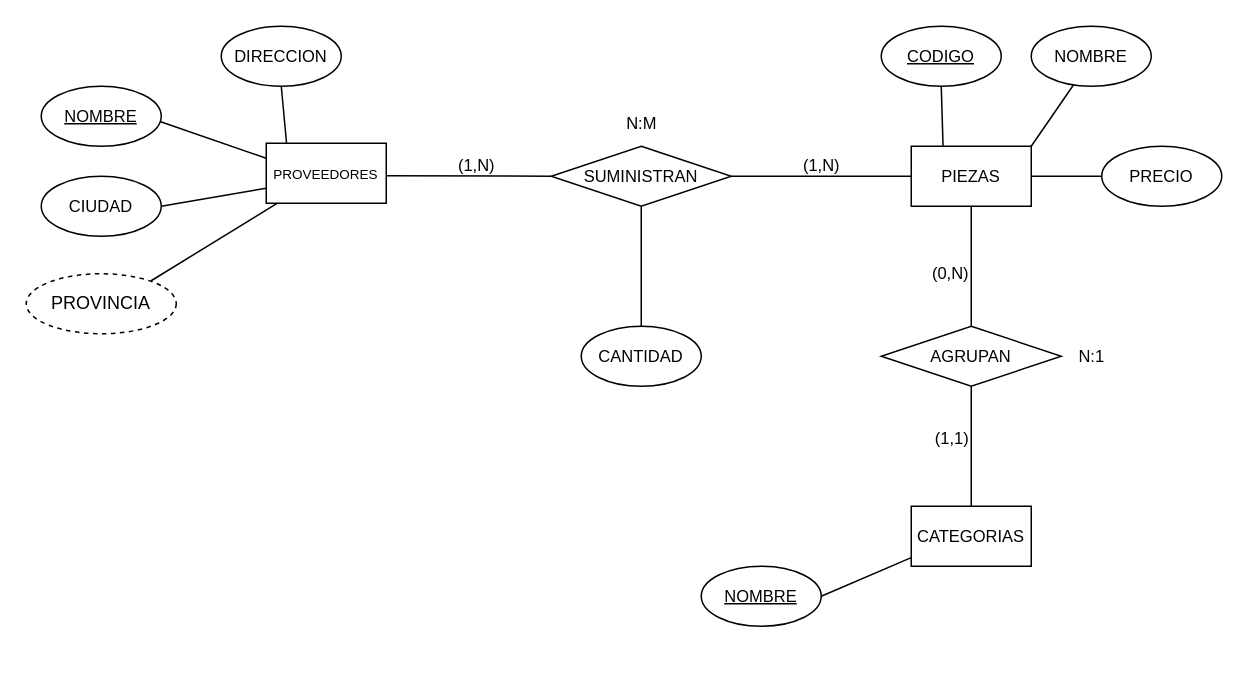
Earlier version of the draw.io diagram page "proveedores-y-piezas" (1 of 9) of bases-datos/diagrams.drawio (igardiet/dam). Source tidied: cells renumbered, new cells numbered last; positions are measured from the earlier drawing's top-left corner, leaving out a move shared by most shapes. Both pictures are drawn from the tidied source at 150%, with x=0, y=0 at pixel (26, 26).
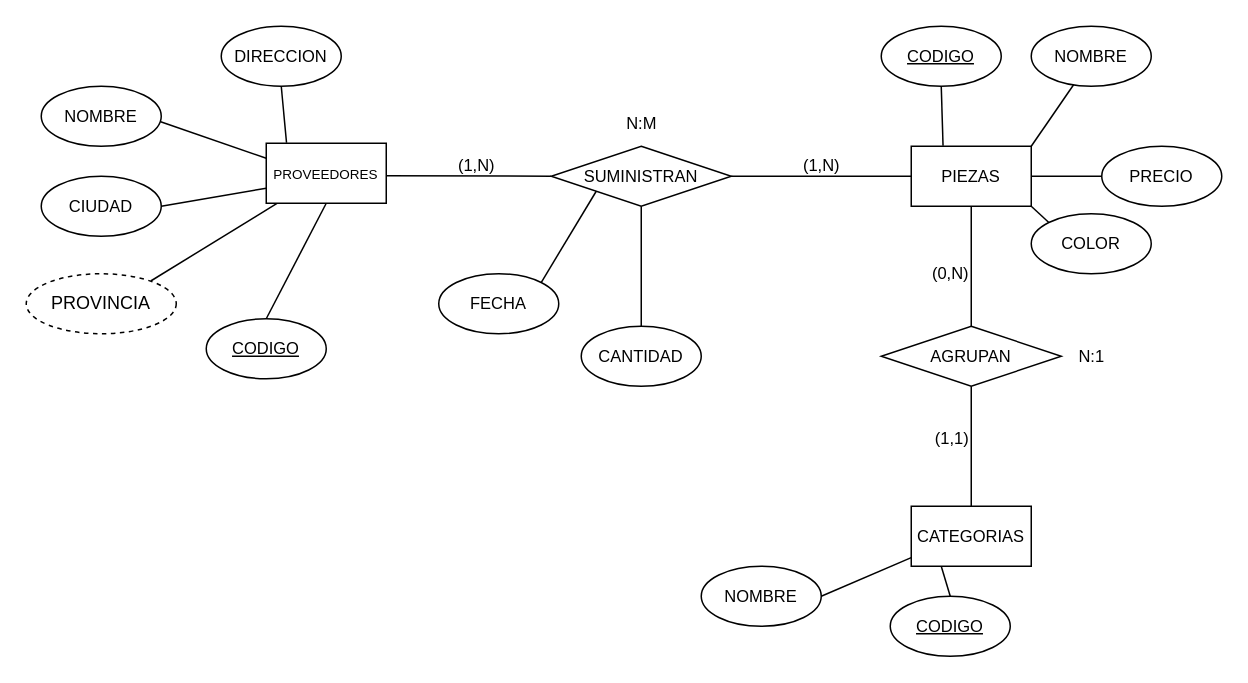
The same page after the edit.

Unchanged cells that the change refers to:
```xml
<mxCell id="5" value="SUMINISTRAN" style="rhombus;whiteSpace=wrap;html=1;fontFamily=Helvetica;fontSize=11;fontColor=default;" parent="1" vertex="1">
  <mxGeometry x="350" y="80" width="120" height="40" as="geometry" />
</mxCell>
<mxCell id="31" value="&lt;font style=&quot;font-size: 9px;&quot;&gt;PROVEEDORES&lt;/font&gt;" style="whiteSpace=wrap;html=1;align=center;fontFamily=Helvetica;fontSize=11;fontColor=default;" parent="1" vertex="1">
  <mxGeometry x="160" y="78" width="80" height="40" as="geometry" />
</mxCell>
<mxCell id="32" value="PIEZAS" style="whiteSpace=wrap;html=1;align=center;fontFamily=Helvetica;fontSize=11;fontColor=default;" parent="1" vertex="1">
  <mxGeometry x="590" y="80" width="80" height="40" as="geometry" />
</mxCell>
<mxCell id="33" value="CATEGORIAS" style="whiteSpace=wrap;html=1;align=center;fontFamily=Helvetica;fontSize=11;fontColor=default;" parent="1" vertex="1">
  <mxGeometry x="590" y="320" width="80" height="40" as="geometry" />
</mxCell>
```

Diff of the diagram source:
```diff
@@
-    <mxCell id="12" value="&lt;u&gt;NOMBRE&lt;/u&gt;" style="ellipse;whiteSpace=wrap;html=1;fontFamily=Helvetica;fontSize=11;fontColor=default;" parent="1" vertex="1">
+    <mxCell id="12" value="NOMBRE" style="ellipse;whiteSpace=wrap;html=1;fontFamily=Helvetica;fontSize=11;fontColor=default;" parent="1" vertex="1">
       <mxGeometry x="10" y="40" width="80" height="40" as="geometry" />
     </mxCell>
@@
-    <mxCell id="18" value="&lt;u&gt;NOMBRE&lt;/u&gt;" style="ellipse;whiteSpace=wrap;html=1;fontFamily=Helvetica;fontSize=11;fontColor=default;" parent="1" vertex="1">
+    <mxCell id="18" value="NOMBRE" style="ellipse;whiteSpace=wrap;html=1;fontFamily=Helvetica;fontSize=11;fontColor=default;" parent="1" vertex="1">
       <mxGeometry x="450" y="360" width="80" height="40" as="geometry" />
     </mxCell>
@@
+    <mxCell id="35" style="rounded=0;jettySize=auto;html=1;exitX=1;exitY=0;exitDx=0;exitDy=0;entryX=0;entryY=1;entryDx=0;entryDy=0;endArrow=none;endFill=0;" parent="1" edge="1" source="36" target="5">
+      <mxGeometry relative="1" as="geometry" />
+    </mxCell>
+    <mxCell id="36" value="FECHA" style="ellipse;whiteSpace=wrap;html=1;fontFamily=Helvetica;fontSize=11;fontColor=default;" parent="1" vertex="1">
+      <mxGeometry x="275" y="165" width="80" height="40" as="geometry" />
+    </mxCell>
+    <mxCell id="37" style="rounded=0;jettySize=auto;html=1;exitX=0.5;exitY=0;exitDx=0;exitDy=0;entryX=0.5;entryY=1;entryDx=0;entryDy=0;endArrow=none;endFill=0;" parent="1" edge="1" source="38" target="31">
+      <mxGeometry relative="1" as="geometry" />
+    </mxCell>
+    <mxCell id="38" value="&lt;u&gt;CODIGO&lt;/u&gt;" style="ellipse;whiteSpace=wrap;html=1;fontFamily=Helvetica;fontSize=11;fontColor=default;" parent="1" vertex="1">
+      <mxGeometry x="120" y="195" width="80" height="40" as="geometry" />
+    </mxCell>
+    <mxCell id="39" style="edgeStyle=none;shape=connector;rounded=0;jettySize=auto;html=1;exitX=0;exitY=0;exitDx=0;exitDy=0;entryX=1;entryY=1;entryDx=0;entryDy=0;labelBackgroundColor=default;strokeColor=default;align=center;verticalAlign=middle;fontFamily=Helvetica;fontSize=11;fontColor=default;endArrow=none;endFill=0;" parent="1" edge="1" source="40" target="32">
+      <mxGeometry relative="1" as="geometry" />
+    </mxCell>
+    <mxCell id="40" value="COLOR" style="ellipse;whiteSpace=wrap;html=1;fontFamily=Helvetica;fontSize=11;fontColor=default;" parent="1" vertex="1">
+      <mxGeometry x="670" y="125" width="80" height="40" as="geometry" />
+    </mxCell>
+    <mxCell id="41" style="edgeStyle=none;shape=connector;rounded=0;jettySize=auto;html=1;exitX=0.5;exitY=0;exitDx=0;exitDy=0;entryX=0.25;entryY=1;entryDx=0;entryDy=0;labelBackgroundColor=default;strokeColor=default;align=center;verticalAlign=middle;fontFamily=Helvetica;fontSize=11;fontColor=default;endArrow=none;endFill=0;" parent="1" edge="1" source="42" target="33">
+      <mxGeometry relative="1" as="geometry" />
+    </mxCell>
+    <mxCell id="42" value="&lt;u&gt;CODIGO&lt;/u&gt;" style="ellipse;whiteSpace=wrap;html=1;fontFamily=Helvetica;fontSize=11;fontColor=default;" parent="1" vertex="1">
+      <mxGeometry x="576" y="380" width="80" height="40" as="geometry" />
+    </mxCell>
```
